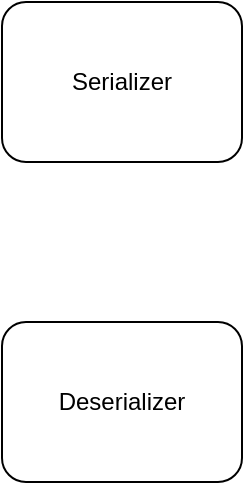
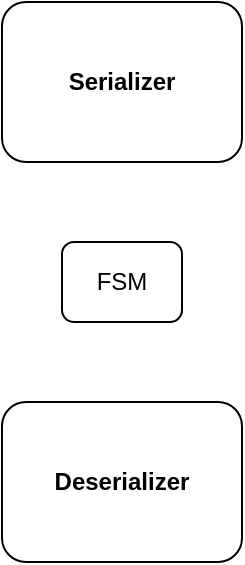
<mxfile host="app.diagrams.net">
  <diagram name="Page-1" id="W4ALeMc_fcv-iuW4_5jM">
    <mxGraphModel dx="527" dy="762" grid="1" gridSize="10" guides="1" tooltips="1" connect="1" arrows="1" fold="1" page="1" pageScale="1" pageWidth="850" pageHeight="1100" math="0" shadow="0">
      <root>
        <mxCell id="0" />
        <mxCell id="1" parent="0" />
-         <mxCell id="D67Tu_U39foHL8RCta2M-1" parent="1" style="rounded=1;whiteSpace=wrap;html=1;" value="Serializer" vertex="1">
+         <mxCell id="D67Tu_U39foHL8RCta2M-1" parent="1" style="rounded=1;whiteSpace=wrap;html=1;fontStyle=1" value="Serializer" vertex="1">
          <mxGeometry height="80" width="120" x="120" y="200" as="geometry" />
        </mxCell>
-         <mxCell id="D67Tu_U39foHL8RCta2M-2" parent="1" style="rounded=1;whiteSpace=wrap;html=1;" value="Deserializer" vertex="1">
-           <mxGeometry height="80" width="120" x="120" y="360" as="geometry" />
+         <mxCell id="D67Tu_U39foHL8RCta2M-2" parent="1" style="rounded=1;whiteSpace=wrap;html=1;fontStyle=1" value="Deserializer" vertex="1">
+           <mxGeometry height="80" width="120" x="120" y="400" as="geometry" />
+         </mxCell>
+         <mxCell id="13rOEOkUA4Yrk083lLE4-1" parent="1" style="rounded=1;whiteSpace=wrap;html=1;" value="FSM" vertex="1">
+           <mxGeometry height="40" width="60" x="150" y="320" as="geometry" />
        </mxCell>
      </root>
    </mxGraphModel>
  </diagram>
</mxfile>
